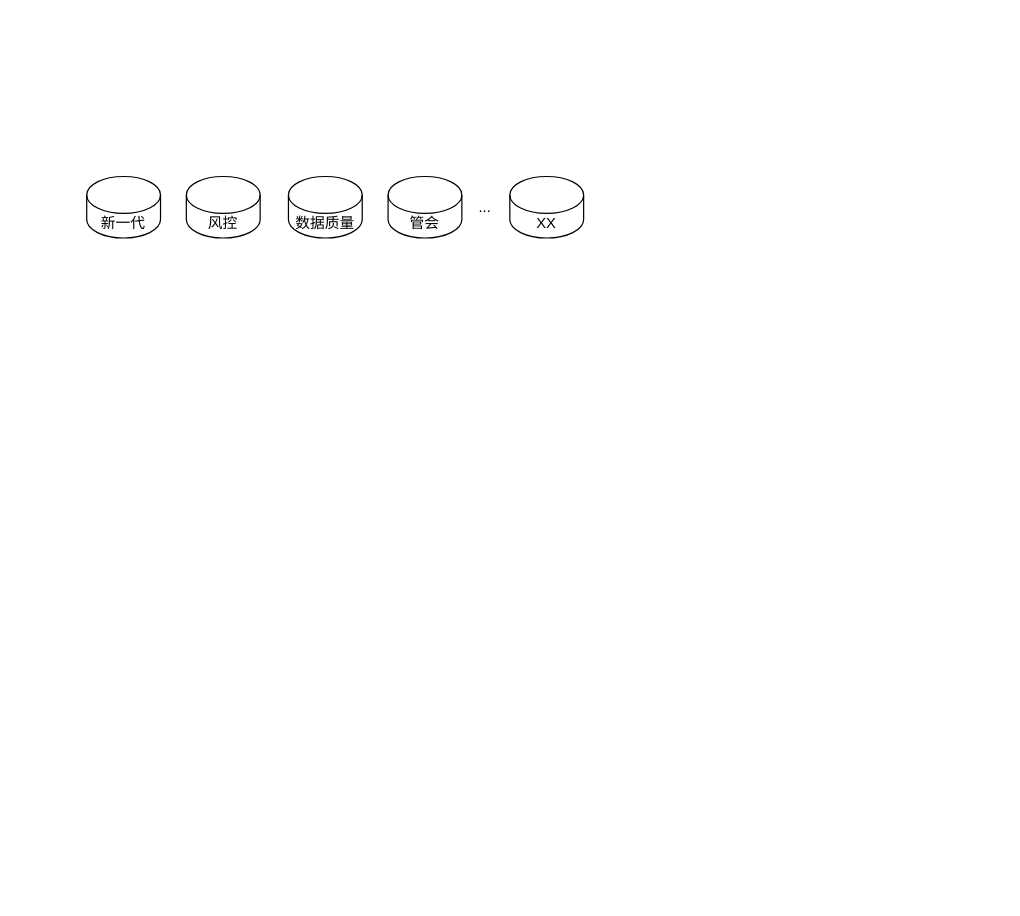
Above: Untitled Diagram.drawio in xupu1007/xupu1007 (draw.io), before the change. Source tidied: cells renumbered, new cells numbered last; positions are measured from the earlier drawing's top-left corner, leaving out a move shared by most shapes. Both pictures are drawn from the tidied source at 123%, with x=0, y=0 at pixel (86, 176).
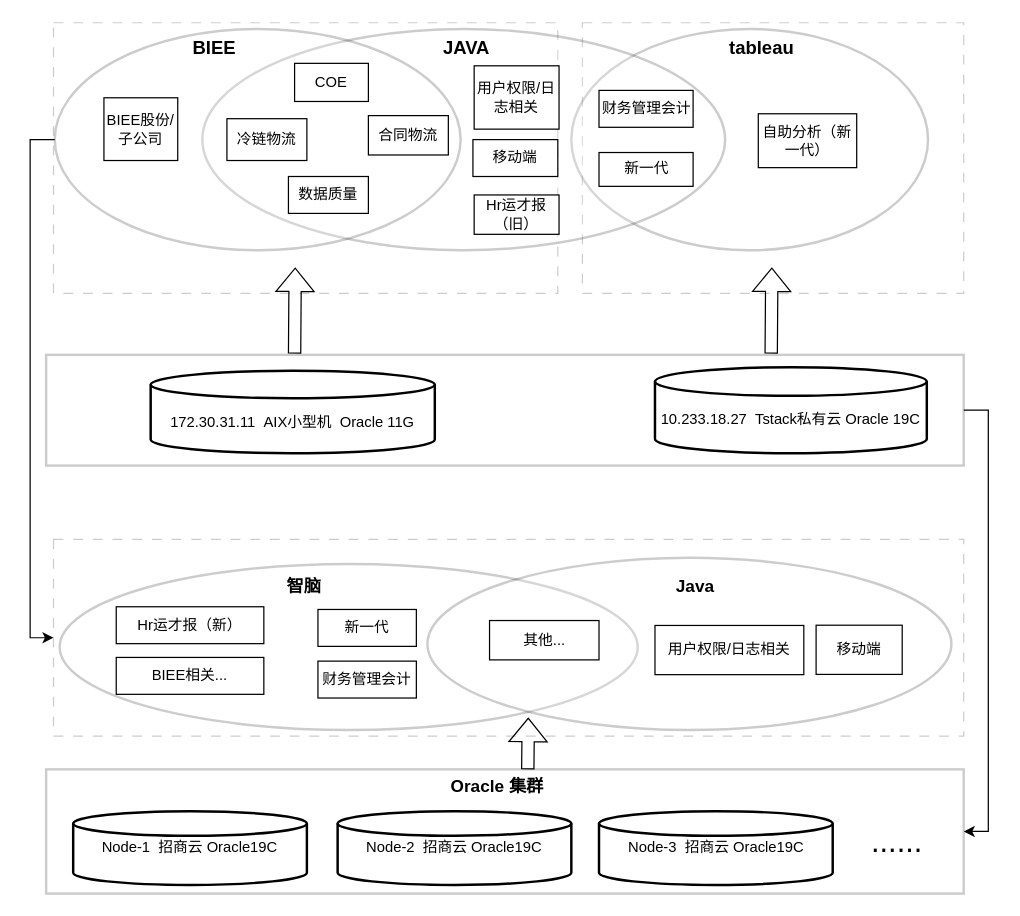
The same page after the edit.

Commit message:
数据库架构

The edit, as a diff of the source:
```diff
@@
-    <mxCell id="2" value="新一代" style="shape=cylinder3;whiteSpace=wrap;html=1;boundedLbl=1;backgroundOutline=1;size=15;" parent="1" vertex="1">
-      <mxGeometry width="60" height="50" as="geometry" />
-    </mxCell>
-    <mxCell id="3" value="风控" style="shape=cylinder3;whiteSpace=wrap;html=1;boundedLbl=1;backgroundOutline=1;size=15;" parent="1" vertex="1">
-      <mxGeometry x="81" width="60" height="50" as="geometry" />
-    </mxCell>
+    <mxCell id="8" style="rounded=0;whiteSpace=wrap;html=1;shadow=0;glass=0;sketch=0;strokeColor=#000000;strokeWidth=1;fontFamily=Helvetica;fontSize=15;opacity=20;dashed=1;dashPattern=8 8;" parent="1" vertex="1">
+      <mxGeometry x="-27" y="295" width="740" height="160" as="geometry" />
+    </mxCell>
+    <mxCell id="9" style="rounded=0;whiteSpace=wrap;html=1;shadow=0;glass=0;sketch=0;strokeColor=default;strokeWidth=2;fontFamily=Helvetica;fontSize=12;opacity=20;shape=ellipse;perimeter=ellipsePerimeter;" parent="1" vertex="1">
+      <mxGeometry x="-22" y="315" width="470" height="135" as="geometry" />
+    </mxCell>
+    <mxCell id="10" value="&lt;h4&gt;&lt;span style=&quot;font-size: 14px;&quot;&gt;智脑&lt;/span&gt;&lt;/h4&gt;" style="text;html=1;strokeColor=none;fillColor=none;align=center;verticalAlign=middle;whiteSpace=wrap;rounded=0;fontSize=25;fontFamily=Helvetica;" parent="1" vertex="1">
+      <mxGeometry x="104" y="313" width="146" height="30" as="geometry" />
+    </mxCell>
+    <mxCell id="11" style="rounded=0;whiteSpace=wrap;html=1;shadow=0;glass=0;sketch=0;strokeColor=default;strokeWidth=2;fontFamily=Helvetica;fontSize=12;opacity=20;shape=ellipse;perimeter=ellipsePerimeter;" parent="1" vertex="1">
+      <mxGeometry x="277" y="310" width="426" height="140" as="geometry" />
+    </mxCell>
+    <mxCell id="12" style="rounded=0;whiteSpace=wrap;html=1;shadow=0;glass=0;sketch=0;strokeColor=#000000;strokeWidth=2;fontFamily=Helvetica;fontSize=15;opacity=20;" parent="1" vertex="1">
+      <mxGeometry x="-33" y="482" width="746" height="101" as="geometry" />
+    </mxCell>
+    <mxCell id="13" style="rounded=0;whiteSpace=wrap;html=1;shadow=0;glass=0;sketch=0;strokeColor=#000000;strokeWidth=1;fontFamily=Helvetica;fontSize=15;opacity=20;dashed=1;dashPattern=8 8;" parent="1" vertex="1">
+      <mxGeometry x="-27" y="-125" width="410" height="220" as="geometry" />
+    </mxCell>
+    <mxCell id="14" style="rounded=0;whiteSpace=wrap;html=1;shadow=0;glass=0;sketch=0;strokeColor=#000000;strokeWidth=1;fontFamily=Helvetica;fontSize=15;opacity=20;dashed=1;dashPattern=8 8;" parent="1" vertex="1">
+      <mxGeometry x="403" y="-125" width="310" height="220" as="geometry" />
+    </mxCell>
+    <mxCell id="15" style="edgeStyle=orthogonalEdgeStyle;rounded=0;jettySize=auto;html=1;exitX=1;exitY=0.5;exitDx=0;exitDy=0;entryX=1;entryY=0.5;entryDx=0;entryDy=0;fontFamily=Helvetica;fontSize=14;" parent="1" edge="1" source="16" target="12">
+      <mxGeometry relative="1" as="geometry" />
+    </mxCell>
+    <mxCell id="16" style="rounded=0;whiteSpace=wrap;html=1;shadow=0;glass=0;sketch=0;strokeColor=#000000;strokeWidth=2;fontFamily=Helvetica;fontSize=15;opacity=20;" parent="1" vertex="1">
+      <mxGeometry x="-33" y="145" width="746" height="90" as="geometry" />
+    </mxCell>
+    <mxCell id="17" style="ellipse;whiteSpace=wrap;html=1;rounded=0;shadow=0;glass=0;sketch=0;strokeColor=#000000;strokeWidth=2;fontFamily=Helvetica;fontSize=10;opacity=20;" parent="1" vertex="1">
+      <mxGeometry x="394" y="-120" width="290" height="180" as="geometry" />
+    </mxCell>
+    <mxCell id="18" style="ellipse;whiteSpace=wrap;html=1;rounded=0;shadow=0;glass=0;sketch=0;strokeColor=#000000;strokeWidth=2;fontFamily=Helvetica;fontSize=10;opacity=20;" parent="1" vertex="1">
+      <mxGeometry x="94" y="-120" width="425" height="180" as="geometry" />
+    </mxCell>
+    <mxCell id="19" style="edgeStyle=orthogonalEdgeStyle;rounded=0;jettySize=auto;html=1;exitX=0;exitY=0.5;exitDx=0;exitDy=0;entryX=0;entryY=0.5;entryDx=0;entryDy=0;fontFamily=Helvetica;fontSize=14;" parent="1" edge="1" source="20" target="8">
+      <mxGeometry relative="1" as="geometry" />
+    </mxCell>
+    <mxCell id="20" style="ellipse;whiteSpace=wrap;html=1;rounded=0;shadow=0;glass=0;sketch=0;strokeColor=#000000;strokeWidth=2;fontFamily=Helvetica;fontSize=10;opacity=20;" parent="1" vertex="1">
+      <mxGeometry x="-26" y="-120" width="330" height="180" as="geometry" />
+    </mxCell>
+    <mxCell id="21" value="&lt;br&gt;172.30.31.11&amp;nbsp;&amp;nbsp;AIX小型机&amp;nbsp; Oracle 11G" style="strokeWidth=2;html=1;shape=mxgraph.flowchart.database;whiteSpace=wrap;" parent="1" vertex="1">
+      <mxGeometry x="52" y="158" width="231" height="67" as="geometry" />
+    </mxCell>
+    <mxCell id="22" value="&lt;br&gt;10.233.18.27&amp;nbsp;&amp;nbsp;Tstack私有云 Oracle 19C" style="strokeWidth=2;html=1;shape=mxgraph.flowchart.database;whiteSpace=wrap;" parent="1" vertex="1">
+      <mxGeometry x="462" y="155" width="221" height="70" as="geometry" />
+    </mxCell>
+    <mxCell id="23" value="BIEE股份/子公司" style="ellipse;whiteSpace=wrap;html=1;shadow=0;shape=label;perimeter=rectanglePerimeter;rounded=0;" parent="1" vertex="1">
+      <mxGeometry x="14" y="-64" width="60" height="51" as="geometry" />
+    </mxCell>
+    <mxCell id="24" value="COE" style="ellipse;whiteSpace=wrap;html=1;shape=label;perimeter=rectanglePerimeter;rounded=0;" parent="1" vertex="1">
+      <mxGeometry x="169" y="-92" width="60" height="31" as="geometry" />
+    </mxCell>
-    <mxCell id="4" value="数据质量" style="shape=cylinder3;whiteSpace=wrap;html=1;boundedLbl=1;backgroundOutline=1;size=15;" parent="1" vertex="1">
-      <mxGeometry x="164" width="60" height="50" as="geometry" />
+    <mxCell id="4" value="数据质量" style="ellipse;whiteSpace=wrap;html=1;shape=label;perimeter=rectanglePerimeter;rounded=0;" parent="1" vertex="1">
+      <mxGeometry x="164" width="65" height="30" as="geometry" />
     </mxCell>
-    <mxCell id="5" value="管会" style="shape=cylinder3;whiteSpace=wrap;html=1;boundedLbl=1;backgroundOutline=1;size=15;" parent="1" vertex="1">
-      <mxGeometry x="245" width="60" height="50" as="geometry" />
-    </mxCell>
-    <mxCell id="6" value="XX" style="shape=cylinder3;whiteSpace=wrap;html=1;boundedLbl=1;backgroundOutline=1;size=15;" parent="1" vertex="1">
-      <mxGeometry x="344" width="60" height="50" as="geometry" />
-    </mxCell>
-    <mxCell id="7" value="..." style="text;html=1;strokeColor=none;fillColor=none;align=center;verticalAlign=middle;whiteSpace=wrap;rounded=0;" parent="1" vertex="1">
-      <mxGeometry x="294" y="10" width="60" height="30" as="geometry" />
-    </mxCell>
+    <mxCell id="25" value="冷链物流" style="ellipse;whiteSpace=wrap;html=1;shape=label;perimeter=rectanglePerimeter;rounded=0;" parent="1" vertex="1">
+      <mxGeometry x="114" y="-47" width="65" height="34" as="geometry" />
+    </mxCell>
+    <mxCell id="26" value="用户权限/日志相关" style="ellipse;whiteSpace=wrap;html=1;shape=label;perimeter=rectanglePerimeter;rounded=0;" parent="1" vertex="1">
+      <mxGeometry x="315" y="-90" width="69" height="51.5" as="geometry" />
+    </mxCell>
+    <mxCell id="27" value="合同物流" style="ellipse;whiteSpace=wrap;html=1;shape=label;perimeter=rectanglePerimeter;rounded=0;" parent="1" vertex="1">
+      <mxGeometry x="229" y="-49.5" width="65" height="32" as="geometry" />
+    </mxCell>
+    <mxCell id="28" value="&lt;h2&gt;&lt;font style=&quot;font-size: 15px;&quot;&gt;BIEE&lt;/font&gt;&lt;/h2&gt;" style="text;html=1;strokeColor=none;fillColor=none;align=center;verticalAlign=middle;whiteSpace=wrap;rounded=0;fontSize=10;fontFamily=Helvetica;" parent="1" vertex="1">
+      <mxGeometry x="74" y="-120" width="60" height="30" as="geometry" />
+    </mxCell>
+    <mxCell id="29" value="&lt;h2&gt;&lt;font style=&quot;font-size: 15px;&quot;&gt;JAVA&lt;/font&gt;&lt;/h2&gt;" style="text;html=1;strokeColor=none;fillColor=none;align=center;verticalAlign=middle;whiteSpace=wrap;rounded=0;fontSize=10;fontFamily=Helvetica;" parent="1" vertex="1">
+      <mxGeometry x="279" y="-120" width="60" height="30" as="geometry" />
+    </mxCell>
+    <mxCell id="30" value="财务管理会计" style="ellipse;whiteSpace=wrap;html=1;shape=label;perimeter=rectanglePerimeter;rounded=0;" parent="1" vertex="1">
+      <mxGeometry x="416.5" y="-70" width="76.5" height="30" as="geometry" />
+    </mxCell>
+    <mxCell id="31" value="新一代" style="ellipse;whiteSpace=wrap;html=1;shape=label;perimeter=rectanglePerimeter;rounded=0;" parent="1" vertex="1">
+      <mxGeometry x="416.5" y="-19.5" width="76.5" height="27.5" as="geometry" />
+    </mxCell>
+    <mxCell id="32" value="&lt;h2&gt;&lt;font style=&quot;font-size: 15px;&quot;&gt;tableau&lt;/font&gt;&lt;/h2&gt;" style="text;html=1;strokeColor=none;fillColor=none;align=center;verticalAlign=middle;whiteSpace=wrap;rounded=0;fontSize=10;fontFamily=Helvetica;" parent="1" vertex="1">
+      <mxGeometry x="519" y="-120" width="60" height="30" as="geometry" />
+    </mxCell>
+    <mxCell id="33" style="shape=flexArrow;endArrow=classic;html=1;rounded=0;fontFamily=Helvetica;fontSize=15;" parent="1" edge="1">
+      <mxGeometry relative="1" as="geometry">
+        <mxPoint x="556.5" y="144" as="sourcePoint" />
+        <mxPoint x="557" y="74" as="targetPoint" />
+      </mxGeometry>
+    </mxCell>
+    <mxCell id="34" style="shape=flexArrow;endArrow=classic;html=1;rounded=0;fontFamily=Helvetica;fontSize=15;" parent="1" edge="1">
+      <mxGeometry relative="1" as="geometry">
+        <mxPoint x="169" y="144" as="sourcePoint" />
+        <mxPoint x="169.5" y="74" as="targetPoint" />
+      </mxGeometry>
+    </mxCell>
+    <mxCell id="35" value="自助分析（新一代）" style="ellipse;whiteSpace=wrap;html=1;shape=label;perimeter=rectanglePerimeter;rounded=0;" parent="1" vertex="1">
+      <mxGeometry x="546" y="-51" width="80" height="43.8" as="geometry" />
+    </mxCell>
+    <mxCell id="36" value="Node-1&amp;nbsp; 招商云 Oracle19C" style="strokeWidth=2;html=1;shape=mxgraph.flowchart.database;whiteSpace=wrap;" parent="1" vertex="1">
+      <mxGeometry x="-11" y="516" width="190" height="60" as="geometry" />
+    </mxCell>
+    <mxCell id="37" value="Node-2&amp;nbsp; 招商云 Oracle19C" style="strokeWidth=2;html=1;shape=mxgraph.flowchart.database;whiteSpace=wrap;" parent="1" vertex="1">
+      <mxGeometry x="204" y="516" width="190" height="60" as="geometry" />
+    </mxCell>
+    <mxCell id="38" value="Node-3&amp;nbsp; 招商云 Oracle19C" style="strokeWidth=2;html=1;shape=mxgraph.flowchart.database;whiteSpace=wrap;" parent="1" vertex="1">
+      <mxGeometry x="416.5" y="516" width="190" height="60" as="geometry" />
+    </mxCell>
+    <mxCell id="39" value="&lt;font style=&quot;font-size: 25px;&quot;&gt;......&lt;/font&gt;" style="text;html=1;strokeColor=none;fillColor=none;align=center;verticalAlign=middle;whiteSpace=wrap;rounded=0;fontSize=15;fontFamily=Helvetica;strokeWidth=1;" parent="1" vertex="1">
+      <mxGeometry x="629" y="525" width="60" height="30" as="geometry" />
+    </mxCell>
+    <mxCell id="40" value="&lt;h4&gt;&lt;font style=&quot;font-size: 14px;&quot;&gt;Oracle 集群&lt;/font&gt;&lt;/h4&gt;" style="text;html=1;strokeColor=none;fillColor=none;align=center;verticalAlign=middle;whiteSpace=wrap;rounded=0;fontSize=25;fontFamily=Helvetica;" parent="1" vertex="1">
+      <mxGeometry x="261" y="476" width="146" height="30" as="geometry" />
+    </mxCell>
+    <mxCell id="41" value="移动端" style="ellipse;whiteSpace=wrap;html=1;shape=label;perimeter=rectanglePerimeter;rounded=0;" parent="1" vertex="1">
+      <mxGeometry x="314" y="-30" width="69" height="30" as="geometry" />
+    </mxCell>
+    <mxCell id="42" value="Hr运才报（旧）" style="ellipse;whiteSpace=wrap;html=1;shape=label;perimeter=rectanglePerimeter;rounded=0;" parent="1" vertex="1">
+      <mxGeometry x="315" y="15" width="69" height="32" as="geometry" />
+    </mxCell>
+    <mxCell id="43" value="新一代" style="ellipse;whiteSpace=wrap;html=1;shape=label;perimeter=rectanglePerimeter;rounded=0;" parent="1" vertex="1">
+      <mxGeometry x="188" y="352" width="80" height="30" as="geometry" />
+    </mxCell>
+    <mxCell id="44" value="财务管理会计" style="ellipse;whiteSpace=wrap;html=1;shape=label;perimeter=rectanglePerimeter;rounded=0;" parent="1" vertex="1">
+      <mxGeometry x="188" y="394" width="80" height="30" as="geometry" />
+    </mxCell>
+    <mxCell id="45" value="Hr运才报（新）" style="ellipse;whiteSpace=wrap;html=1;shape=label;perimeter=rectanglePerimeter;rounded=0;" parent="1" vertex="1">
+      <mxGeometry x="24" y="349.8" width="120" height="30" as="geometry" />
+    </mxCell>
+    <mxCell id="46" style="shape=flexArrow;endArrow=classic;html=1;rounded=0;fontFamily=Helvetica;fontSize=15;" parent="1" edge="1">
+      <mxGeometry relative="1" as="geometry">
+        <mxPoint x="358.6" y="482" as="sourcePoint" />
+        <mxPoint x="359" y="440" as="targetPoint" />
+      </mxGeometry>
+    </mxCell>
+    <mxCell id="47" value="&lt;h4&gt;&lt;span style=&quot;font-size: 14px;&quot;&gt;Java&lt;/span&gt;&lt;/h4&gt;" style="text;html=1;strokeColor=none;fillColor=none;align=center;verticalAlign=middle;whiteSpace=wrap;rounded=0;fontSize=25;fontFamily=Helvetica;" parent="1" vertex="1">
+      <mxGeometry x="422" y="313" width="146" height="30" as="geometry" />
+    </mxCell>
+    <mxCell id="48" value="用户权限/日志相关" style="ellipse;whiteSpace=wrap;html=1;shape=label;perimeter=rectanglePerimeter;rounded=0;" parent="1" vertex="1">
+      <mxGeometry x="462" y="365" width="121" height="40" as="geometry" />
+    </mxCell>
+    <mxCell id="49" value="移动端" style="ellipse;whiteSpace=wrap;html=1;shape=label;perimeter=rectanglePerimeter;rounded=0;" parent="1" vertex="1">
+      <mxGeometry x="593" y="364.8" width="70" height="40" as="geometry" />
+    </mxCell>
+    <mxCell id="50" value="BIEE相关..." style="ellipse;whiteSpace=wrap;html=1;shape=label;perimeter=rectanglePerimeter;rounded=0;" parent="1" vertex="1">
+      <mxGeometry x="24" y="391" width="120" height="30" as="geometry" />
+    </mxCell>
+    <mxCell id="51" value="其他..." style="ellipse;whiteSpace=wrap;html=1;shape=label;perimeter=rectanglePerimeter;rounded=0;" parent="1" vertex="1">
+      <mxGeometry x="327.5" y="361" width="89" height="32" as="geometry" />
+    </mxCell>
```
